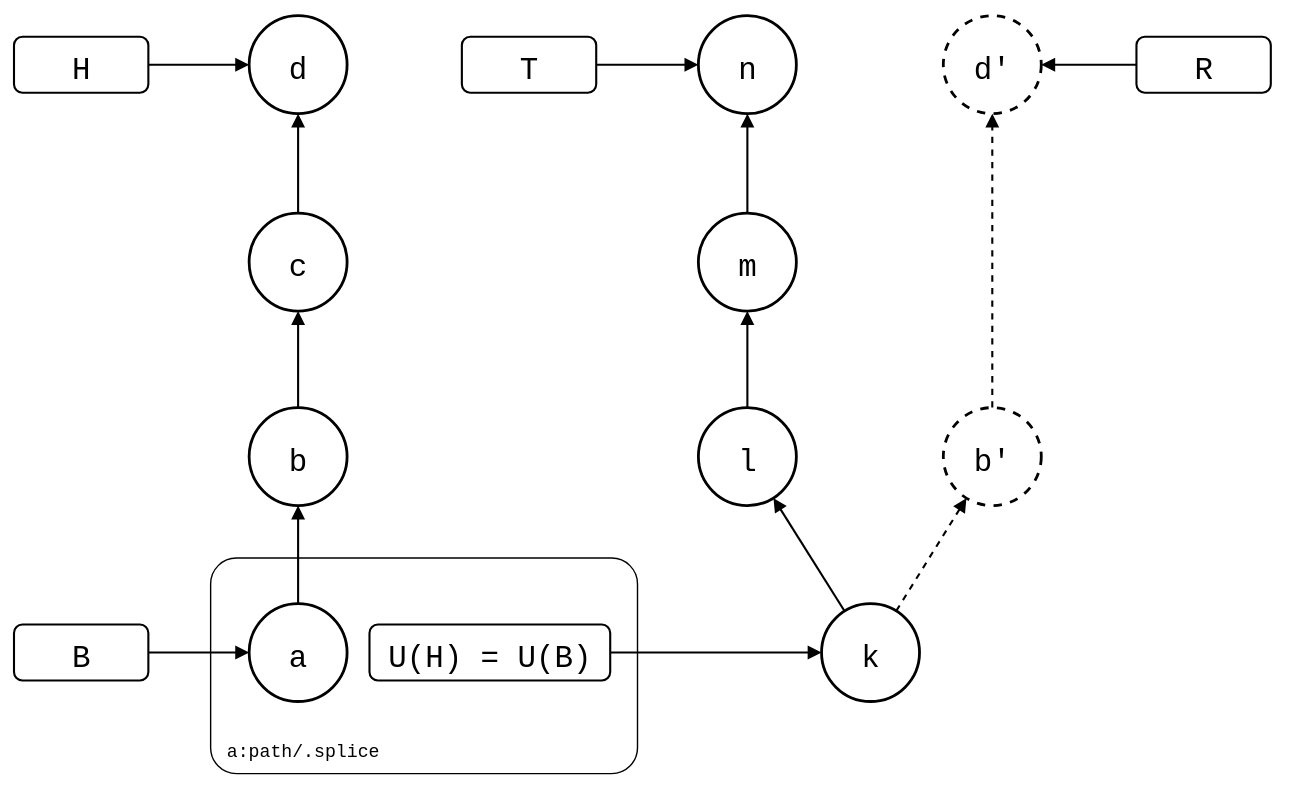
Before: test/scenarios/sync-model/before-pull.drawio.svg, a diagram exported from draw.io (roschaefer/git-splice). Source tidied: cells renumbered, new cells last; positions are measured from the earlier drawing's top-left corner, leaving out a move shared by most shapes.
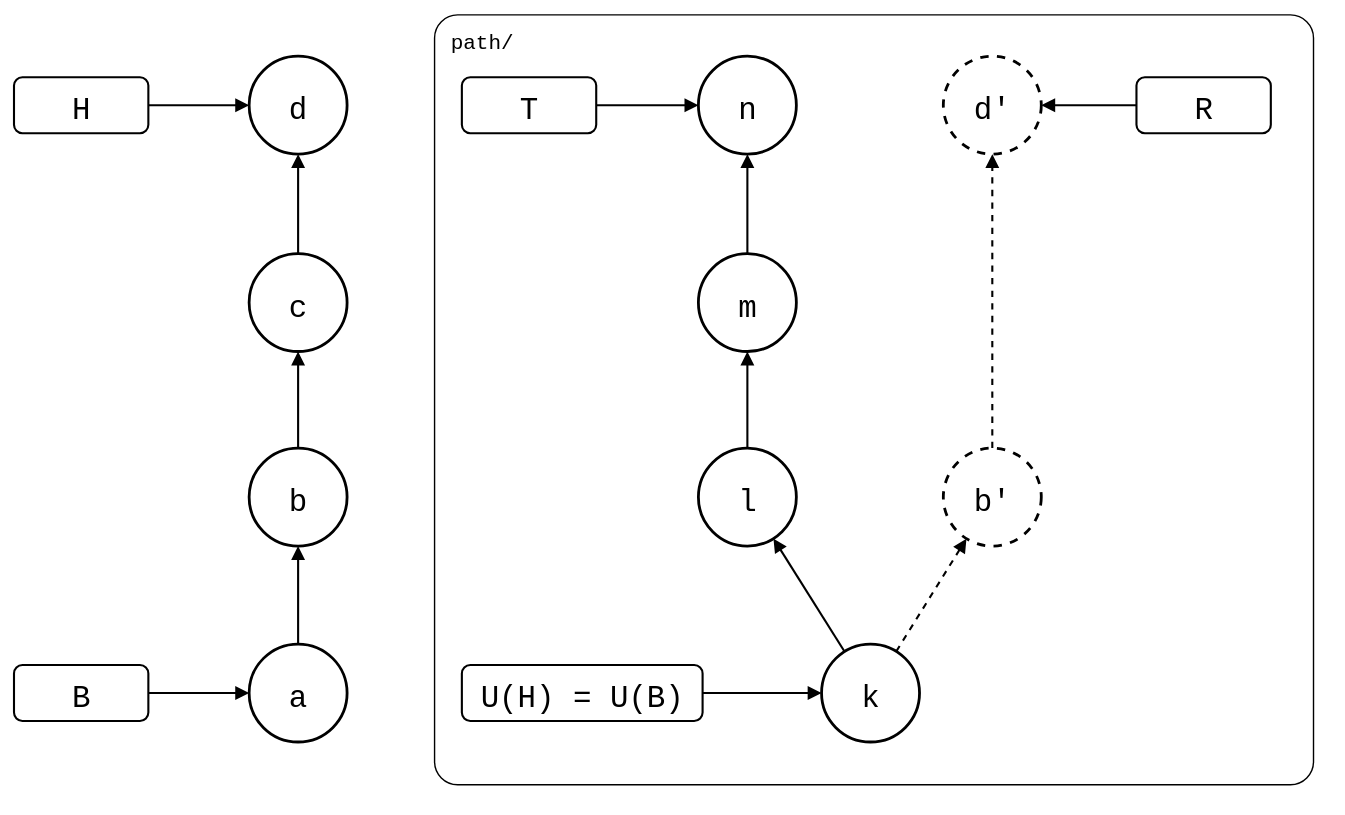
After the commit.

Diff of the diagram source:
```diff
@@ -2,9 +2,9 @@
   <root>
     <mxCell id="0" />
     <mxCell id="1" parent="0" />
-    <mxCell id="2" value="a:path/.splice" style="rounded=1;arcSize=12;fillColor=none;strokeWidth=1;fontSize=13;verticalAlign=bottom;spacingBottom=6;spacingLeft=10;spacingRight=10;fontFamily=Roboto Mono,monospace;align=left;" parent="1" vertex="1">
-      <mxGeometry x="140" y="387" width="305" height="154" as="geometry" />
-    </mxCell>
+    <mxCell id="31" value="path/" style="rounded=1;arcSize=3;fillColor=none;strokeWidth=1;fontSize=15;verticalAlign=top;align=left;spacingLeft=10;spacingTop=4;fontFamily=Roboto Mono,monospace;" parent="1" vertex="1">
+      <mxGeometry x="300" y="-30" width="628" height="550" as="geometry" />
+    </mxCell>
     <mxCell id="3" value="a" style="ellipse;strokeWidth=2;fontSize=22;fontFamily=Roboto Mono,monospace;" parent="1" vertex="1">
       <mxGeometry x="168" y="420" width="70" height="70" as="geometry" />
     </mxCell>
@@ -42,7 +42,7 @@
       <mxGeometry y="435" width="96" height="40" as="geometry" />
     </mxCell>
     <mxCell id="15" value="U(H) = U(B)" style="rounded=1;strokeWidth=1.5;fontSize=22;fontFamily=Roboto Mono,monospace;" parent="1" vertex="1">
-      <mxGeometry x="254" y="435" width="172" height="40" as="geometry" />
+      <mxGeometry x="320" y="435" width="172" height="40" as="geometry" />
     </mxCell>
     <mxCell id="16" value="T" style="rounded=1;strokeWidth=1.5;fontSize=22;fontFamily=Roboto Mono,monospace;" parent="1" vertex="1">
       <mxGeometry x="320" y="15" width="96" height="40" as="geometry" />
```
